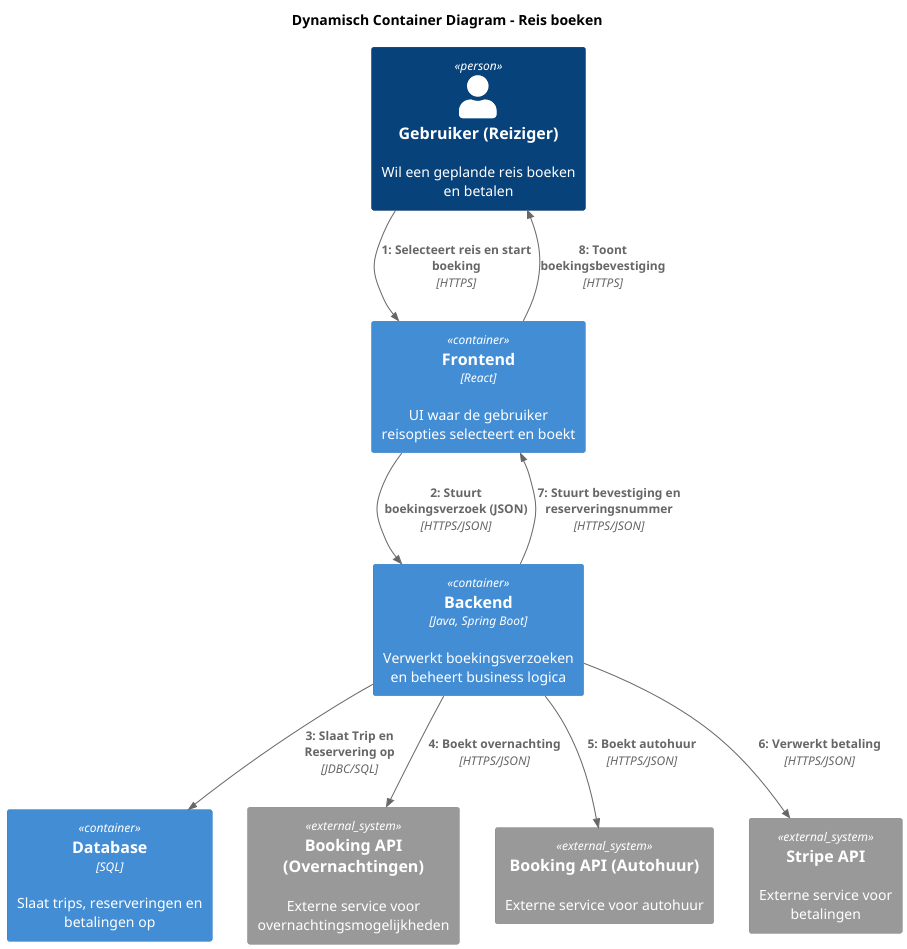
The PlantUML diagram software-guidebook/dynamisch-container-diagrammen/reis-boeken-dynamisch-diagram.png in AIM-ENE-feb25/triptop-asas, before a commit.
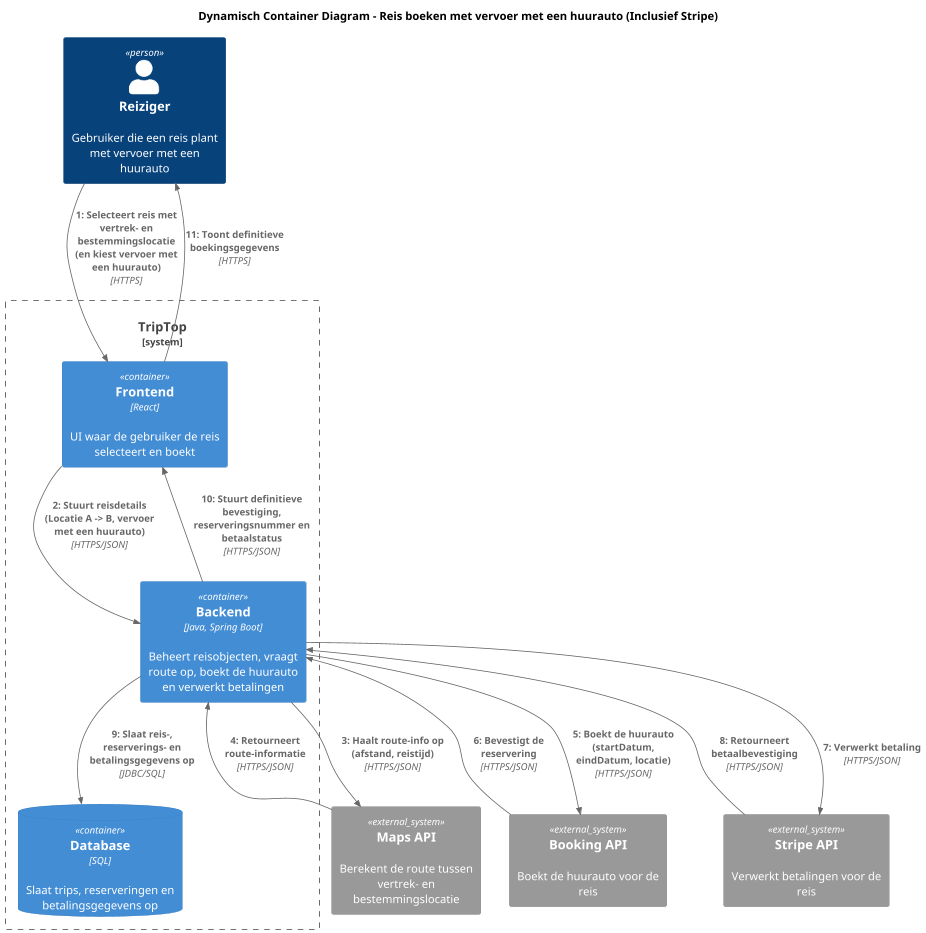
Above is the later version.

The edit, as a diff of the source:
```diff
@@ -1,22 +1,27 @@
-@startuml ReisBoeken
+@startuml ReisBoekenHuurauto
 !include https://raw.githubusercontent.com/plantuml-stdlib/C4-PlantUML/master/C4_Dynamic.puml
-title Dynamisch Container Diagram - Reis boeken
+title Dynamisch Container Diagram - Reis boeken met vervoer met een huurauto (Inclusief Stripe)
 
-Person(user, "Gebruiker (Reiziger)", "Wil een geplande reis boeken en betalen")
-Container(frontend, "Frontend", "React", "UI waar de gebruiker reisopties selecteert en boekt")
-Container(backend, "Backend", "Java, Spring Boot", "Verwerkt boekingsverzoeken en beheert business logica")
-Container(db, "Database", "SQL", "Slaat trips, reserveringen en betalingen op")
-System_Ext(overnachting, "Booking API (Overnachtingen)", "Externe service voor overnachtingsmogelijkheden")
-System_Ext(autohuur, "Booking API (Autohuur)", "Externe service voor autohuur")
-System_Ext(payment, "Stripe API", "Externe service voor betalingen")
+Person(user, "Reiziger", "Gebruiker die een reis plant met vervoer met een huurauto")
+System_Boundary(triptop, "TripTop") {
+    Container(frontend, "Frontend", "React", "UI waar de gebruiker de reis selecteert en boekt")
+    Container(backend, "Backend", "Java, Spring Boot", "Beheert reisobjecten, vraagt route op, boekt de huurauto en verwerkt betalingen")
+    ContainerDb(db, "Database", "SQL", "Slaat trips, reserveringen en betalingsgegevens op")
+    }
+System_Ext(mapsApi, "Maps API", "Berekent de route tussen vertrek- en bestemmingslocatie")
+System_Ext(autohuurApi, "Booking API", "Boekt de huurauto voor de reis")
+System_Ext(payment, "Stripe API", "Verwerkt betalingen voor de reis")
 
-Rel(user, frontend, "Selecteert reis en start boeking", "HTTPS")
-Rel(frontend, backend, "Stuurt boekingsverzoek (JSON)", "HTTPS/JSON")
-Rel(backend, db, "Slaat Trip en Reservering op", "JDBC/SQL")
-Rel(backend, overnachting, "Boekt overnachting", "HTTPS/JSON")
-Rel(backend, autohuur, "Boekt autohuur", "HTTPS/JSON")
+Rel(user, frontend, "Selecteert reis met vertrek- en bestemmingslocatie\n(en kiest vervoer met een huurauto)", "HTTPS")
+Rel(frontend, backend, "Stuurt reisdetails (Locatie A -> B, vervoer met een huurauto)", "HTTPS/JSON")
+Rel(backend, mapsApi, "Haalt route-info op (afstand, reistijd)", "HTTPS/JSON")
+Rel(mapsApi, backend, "Retourneert route-informatie", "HTTPS/JSON")
+Rel(backend, autohuurApi, "Boekt de huurauto (startDatum, eindDatum, locatie)", "HTTPS/JSON")
+Rel(autohuurApi, backend, "Bevestigt de reservering", "HTTPS/JSON")
 Rel(backend, payment, "Verwerkt betaling", "HTTPS/JSON")
-Rel(backend, frontend, "Stuurt bevestiging en reserveringsnummer", "HTTPS/JSON")
-Rel(frontend, user, "Toont boekingsbevestiging", "HTTPS")
+Rel(payment, backend, "Retourneert betaalbevestiging", "HTTPS/JSON")
+Rel(backend, db, "Slaat reis-, reserverings- en betalingsgegevens op", "JDBC/SQL")
+Rel(backend, frontend, "Stuurt definitieve bevestiging, reserveringsnummer en betaalstatus", "HTTPS/JSON")
+Rel(frontend, user, "Toont definitieve boekingsgegevens", "HTTPS")
 
 @enduml
```
